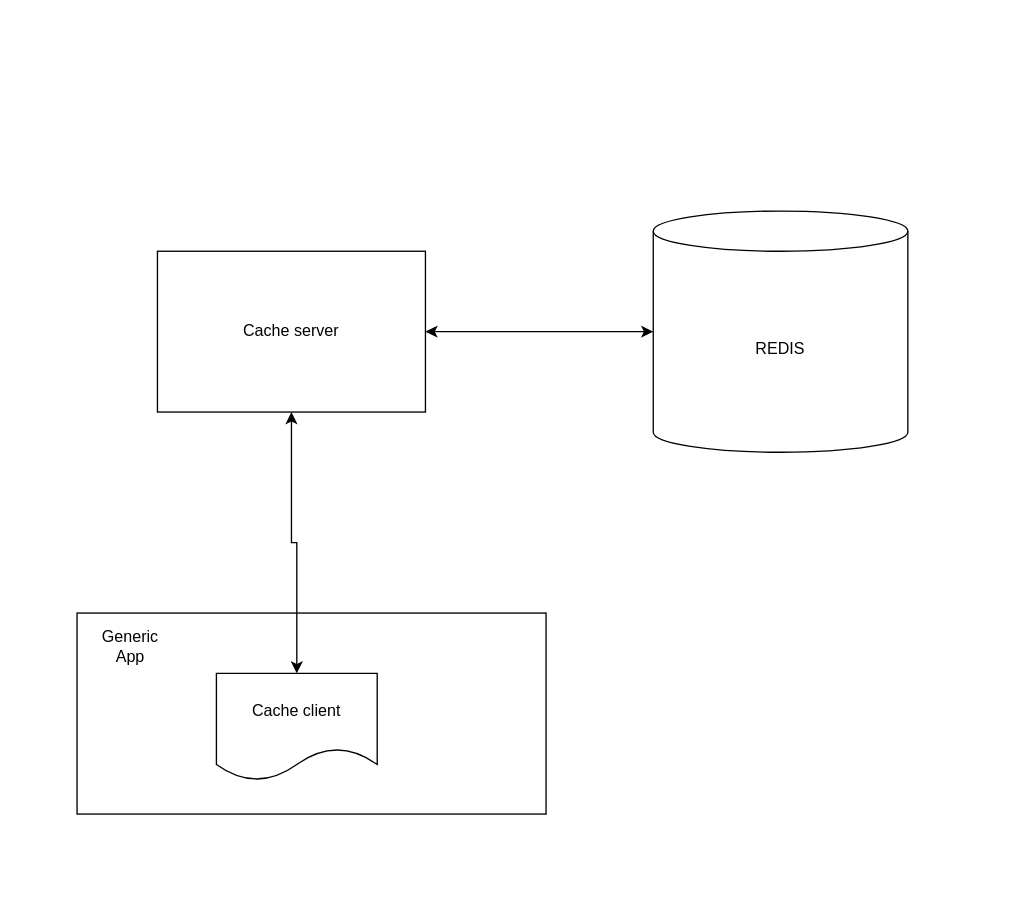
Earlier version of the draw.io diagram Architecture/Cache System.drawio (rares-ttg/docs). Source tidied: cells renumbered, new cells numbered last; positions are measured from the earlier drawing's top-left corner, leaving out a move shared by most shapes. Both pictures are drawn from the tidied source at 134%, with x=0, y=0 at pixel (76, 210).
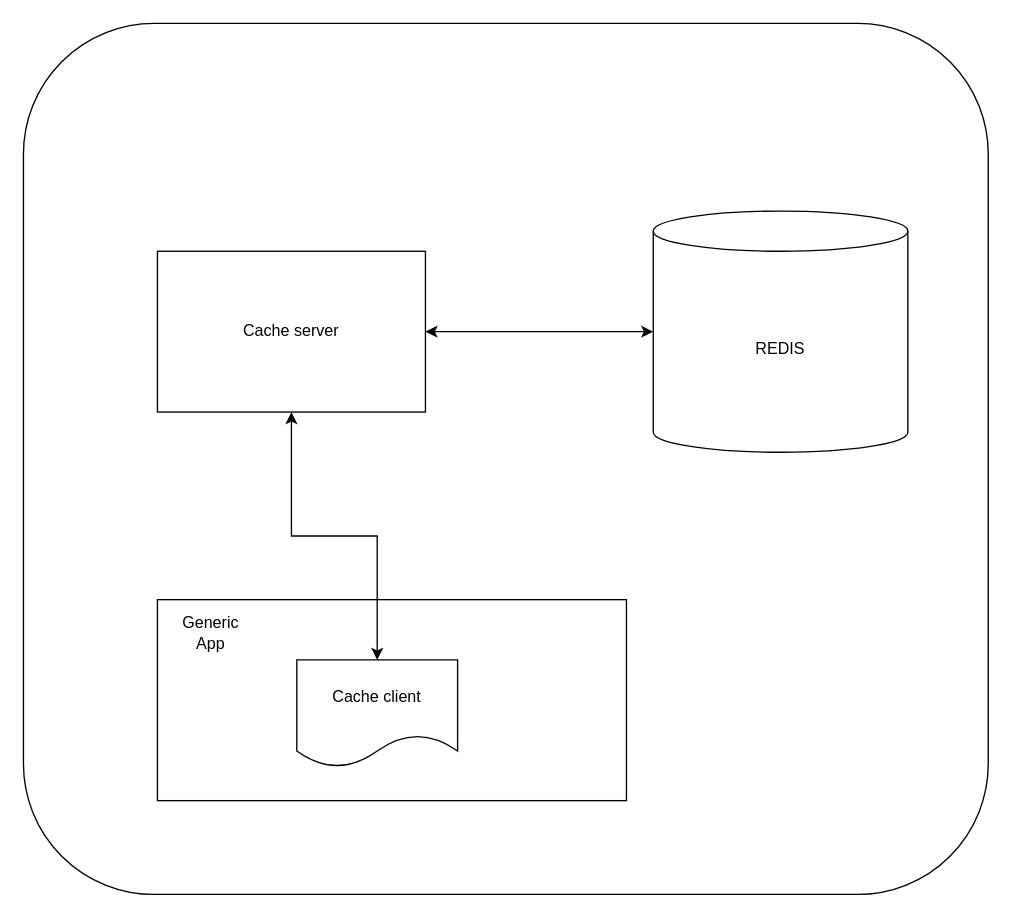
The same diagram, later.

What changed in the source:
```diff
@@
 <mxGraphModel>
   <root>
     <mxCell id="0" />
     <mxCell id="1" parent="0" />
+    <mxCell id="10" style="rounded=1;whiteSpace=wrap;html=1;" parent="1" vertex="1">
+      <mxGeometry x="-40" y="-140" width="720" height="650" as="geometry" />
+    </mxCell>
     <mxCell id="2" value="REDIS" style="shape=cylinder3;whiteSpace=wrap;html=1;boundedLbl=1;backgroundOutline=1;size=15;" parent="1" vertex="1">
       <mxGeometry x="430" width="190" height="180" as="geometry" />
     </mxCell>
     <mxCell id="3" value="Cache server" style="rounded=0;whiteSpace=wrap;html=1;" parent="1" vertex="1">
       <mxGeometry x="60" y="30" width="200" height="120" as="geometry" />
     </mxCell>
     <mxCell id="4" style="edgeStyle=orthogonalEdgeStyle;rounded=0;jettySize=auto;html=1;entryX=0;entryY=0.5;entryDx=0;entryDy=0;entryPerimeter=0;startArrow=classic;startFill=1;" parent="1" edge="1" source="3" target="2">
       <mxGeometry relative="1" as="geometry" />
     </mxCell>
     <mxCell id="5" style="group;" parent="1" vertex="1">
-      <mxGeometry y="300" width="350" height="150" as="geometry" />
+      <mxGeometry x="60" y="290" width="350" height="150" as="geometry" />
     </mxCell>
     <mxCell id="6" style="rounded=0;whiteSpace=wrap;html=1;" parent="5" vertex="1">
       <mxGeometry width="350" height="150" as="geometry" />
     </mxCell>
     <mxCell id="7" value="Generic App" style="text;html=1;strokeColor=none;fillColor=none;align=center;verticalAlign=middle;whiteSpace=wrap;rounded=0;" parent="5" vertex="1">
       <mxGeometry x="10" y="10" width="60" height="30" as="geometry" />
     </mxCell>
     <mxCell id="8" value="Cache client" style="shape=document;whiteSpace=wrap;html=1;boundedLbl=1;" parent="5" vertex="1">
       <mxGeometry x="104" y="45" width="120" height="80" as="geometry" />
     </mxCell>
     <mxCell id="9" style="edgeStyle=orthogonalEdgeStyle;rounded=0;jettySize=auto;html=1;startArrow=classic;startFill=1;" parent="1" edge="1" source="8" target="3">
       <mxGeometry relative="1" as="geometry" />
     </mxCell>
   </root>
 </mxGraphModel>
```
